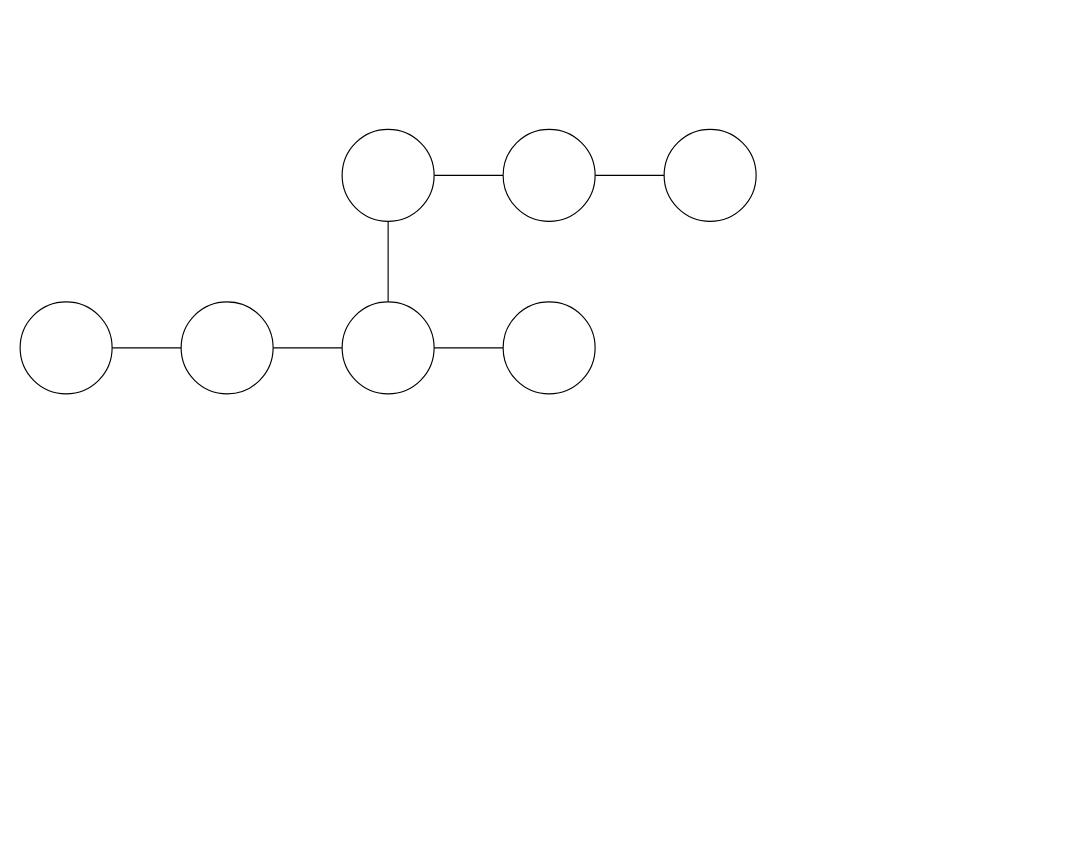
Before: Before Rebase.drawio in blueracer/week6lab, a draw.io diagram. Source tidied: cells renumbered, new cells numbered last; positions are measured from the earlier drawing's top-left corner, leaving out a move shared by most shapes. Both pictures are drawn from the tidied source at 115%, with x=0, y=0 at pixel (20, 129).
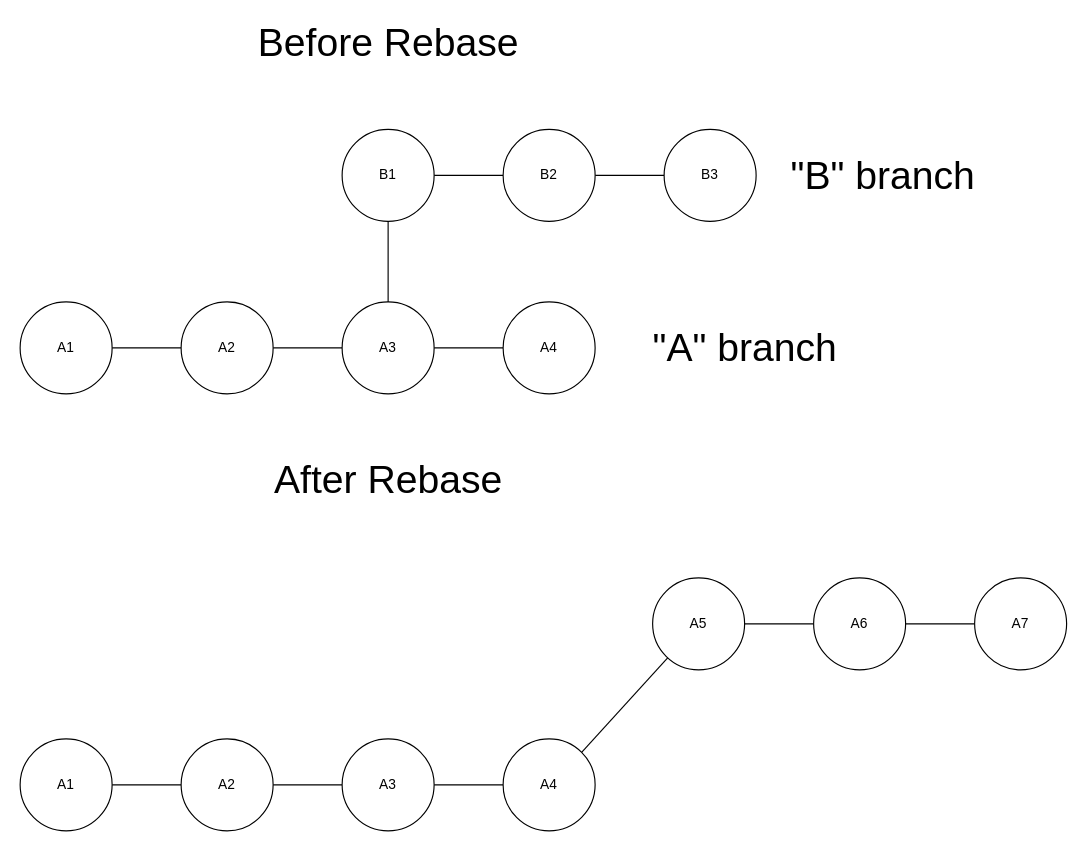
After the change.

Diff of the diagram source:
```diff
@@
-    <mxCell id="3" style="ellipse;whiteSpace=wrap;html=1;" parent="1" vertex="1">
+    <mxCell id="3" value="A1" style="ellipse;whiteSpace=wrap;html=1;" parent="1" vertex="1">
       <mxGeometry y="150" width="80" height="80" as="geometry" />
     </mxCell>
@@
-    <mxCell id="5" style="ellipse;whiteSpace=wrap;html=1;" parent="1" vertex="1">
+    <mxCell id="5" value="A2" style="ellipse;whiteSpace=wrap;html=1;" parent="1" vertex="1">
       <mxGeometry x="140" y="150" width="80" height="80" as="geometry" />
     </mxCell>
@@
-    <mxCell id="8" style="ellipse;whiteSpace=wrap;html=1;" parent="1" vertex="1">
+    <mxCell id="8" value="A3" style="ellipse;whiteSpace=wrap;html=1;" parent="1" vertex="1">
       <mxGeometry x="280" y="150" width="80" height="80" as="geometry" />
     </mxCell>
-    <mxCell id="9" style="ellipse;whiteSpace=wrap;html=1;" parent="1" vertex="1">
+    <mxCell id="9" value="A4" style="ellipse;whiteSpace=wrap;html=1;" parent="1" vertex="1">
       <mxGeometry x="420" y="150" width="80" height="80" as="geometry" />
     </mxCell>
@@
-    <mxCell id="11" style="ellipse;whiteSpace=wrap;html=1;" parent="1" vertex="1">
+    <mxCell id="11" value="B1" style="ellipse;whiteSpace=wrap;html=1;" parent="1" vertex="1">
       <mxGeometry x="280" width="80" height="80" as="geometry" />
     </mxCell>
@@
-    <mxCell id="13" style="ellipse;whiteSpace=wrap;html=1;" parent="1" vertex="1">
+    <mxCell id="13" value="B2" style="ellipse;whiteSpace=wrap;html=1;" parent="1" vertex="1">
       <mxGeometry x="420" width="80" height="80" as="geometry" />
     </mxCell>
-    <mxCell id="14" style="ellipse;whiteSpace=wrap;html=1;" parent="1" vertex="1">
+    <mxCell id="14" value="B3" style="ellipse;whiteSpace=wrap;html=1;" parent="1" vertex="1">
       <mxGeometry x="560" width="80" height="80" as="geometry" />
     </mxCell>
+    <mxCell id="15" value="&lt;font style=&quot;font-size: 34px&quot;&gt;&lt;font style=&quot;font-size: 34px&quot;&gt;Before Rebase&lt;/font&gt;&lt;br&gt;&lt;/font&gt;" style="text;html=1;align=center;verticalAlign=middle;fillColor=none;strokeColor=none;rounded=0;" parent="1" vertex="1">
+      <mxGeometry x="200" y="-90" width="240" height="30" as="geometry" />
+    </mxCell>
+    <mxCell id="16" style="edgeStyle=orthogonalEdgeStyle;rounded=0;jettySize=auto;html=1;exitX=1;exitY=0.5;exitDx=0;exitDy=0;anchorPointDirection=0;endArrow=none;endFill=0;" parent="1" edge="1" source="17" target="19">
+      <mxGeometry relative="1" as="geometry" />
+    </mxCell>
+    <mxCell id="17" value="A1" style="ellipse;whiteSpace=wrap;html=1;" parent="1" vertex="1">
+      <mxGeometry y="530" width="80" height="80" as="geometry" />
+    </mxCell>
+    <mxCell id="18" style="rounded=0;jettySize=auto;html=1;exitX=1;exitY=0.5;exitDx=0;exitDy=0;entryX=0;entryY=0.5;entryDx=0;entryDy=0;strokeColor=default;endArrow=none;endFill=0;" parent="1" edge="1" source="19" target="21">
+      <mxGeometry relative="1" as="geometry" />
+    </mxCell>
+    <mxCell id="19" value="A2" style="ellipse;whiteSpace=wrap;html=1;" parent="1" vertex="1">
+      <mxGeometry x="140" y="530" width="80" height="80" as="geometry" />
+    </mxCell>
+    <mxCell id="20" style="edgeStyle=orthogonalEdgeStyle;rounded=0;jettySize=auto;html=1;exitX=1;exitY=0.5;exitDx=0;exitDy=0;entryX=0;entryY=0.5;entryDx=0;entryDy=0;endArrow=none;endFill=0;" parent="1" edge="1" source="21" target="23">
+      <mxGeometry relative="1" as="geometry" />
+    </mxCell>
+    <mxCell id="21" value="A3" style="ellipse;whiteSpace=wrap;html=1;" parent="1" vertex="1">
+      <mxGeometry x="280" y="530" width="80" height="80" as="geometry" />
+    </mxCell>
+    <mxCell id="22" style="edgeStyle=none;rounded=0;jettySize=auto;html=1;exitX=1;exitY=0;exitDx=0;exitDy=0;fontSize=34;endArrow=none;endFill=0;strokeColor=default;" parent="1" edge="1" source="23" target="25">
+      <mxGeometry relative="1" as="geometry" />
+    </mxCell>
+    <mxCell id="23" value="A4" style="ellipse;whiteSpace=wrap;html=1;" parent="1" vertex="1">
+      <mxGeometry x="420" y="530" width="80" height="80" as="geometry" />
+    </mxCell>
+    <mxCell id="24" style="edgeStyle=orthogonalEdgeStyle;rounded=0;jettySize=auto;html=1;exitX=1;exitY=0.5;exitDx=0;exitDy=0;entryX=0;entryY=0.5;entryDx=0;entryDy=0;endArrow=none;endFill=0;" parent="1" edge="1" source="25" target="27">
+      <mxGeometry relative="1" as="geometry" />
+    </mxCell>
+    <mxCell id="25" value="A5" style="ellipse;whiteSpace=wrap;html=1;" parent="1" vertex="1">
+      <mxGeometry x="550" y="390" width="80" height="80" as="geometry" />
+    </mxCell>
+    <mxCell id="26" style="edgeStyle=orthogonalEdgeStyle;rounded=0;jettySize=auto;html=1;exitX=1;exitY=0.5;exitDx=0;exitDy=0;entryX=0;entryY=0.5;entryDx=0;entryDy=0;endArrow=none;endFill=0;" parent="1" edge="1" source="27" target="28">
+      <mxGeometry relative="1" as="geometry" />
+    </mxCell>
+    <mxCell id="27" value="A6" style="ellipse;whiteSpace=wrap;html=1;" parent="1" vertex="1">
+      <mxGeometry x="690" y="390" width="80" height="80" as="geometry" />
+    </mxCell>
+    <mxCell id="28" value="A7" style="ellipse;whiteSpace=wrap;html=1;" parent="1" vertex="1">
+      <mxGeometry x="830" y="390" width="80" height="80" as="geometry" />
+    </mxCell>
+    <mxCell id="29" value="&lt;font style=&quot;font-size: 34px&quot;&gt;&lt;font style=&quot;font-size: 34px&quot;&gt;After Rebase&lt;/font&gt;&lt;br&gt;&lt;/font&gt;" style="text;html=1;align=center;verticalAlign=middle;fillColor=none;strokeColor=none;rounded=0;" parent="1" vertex="1">
+      <mxGeometry x="215" y="290" width="210" height="30" as="geometry" />
+    </mxCell>
+    <mxCell id="30" value="&quot;A&quot; branch" style="text;html=1;align=center;verticalAlign=middle;fillColor=none;strokeColor=none;rounded=0;fontSize=34;" parent="1" vertex="1">
+      <mxGeometry x="540" y="165" width="180" height="50" as="geometry" />
+    </mxCell>
+    <mxCell id="31" value="&quot;B&quot; branch" style="text;html=1;align=center;verticalAlign=middle;fillColor=none;strokeColor=none;rounded=0;fontSize=34;" parent="1" vertex="1">
+      <mxGeometry x="660" y="15" width="180" height="50" as="geometry" />
+    </mxCell>
```
